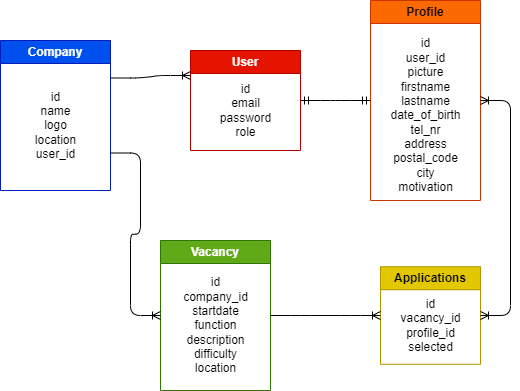
TizianoVotano/educom-symfony keeps this draw.io diagram as documents/design/VAC-ERD-Uitgewerkt-gegevensmodel-TV-v1.drawio.png. Above is the earlier version. Source tidied: cells renumbered, new cells last; positions are measured from the earlier drawing's top-left corner, leaving out a move shared by most shapes.
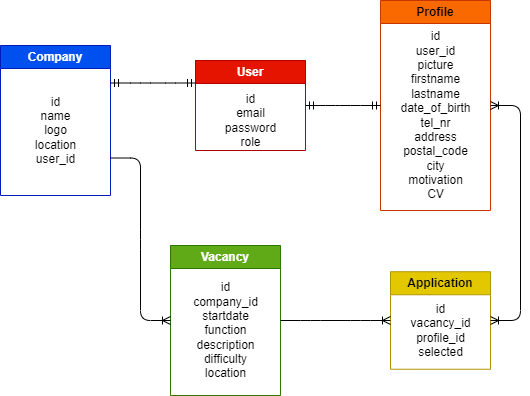
The same file after the commit.

Commit message:
changed company-user relation to One-to-One

What changed in the source:
```diff
@@ -1,50 +1,50 @@
-<mxGraphModel>
+<mxGraphModel background="#ffffff">
   <root>
     <mxCell id="0" />
     <mxCell id="1" parent="0" />
     <mxCell id="2" value="Vacancy" style="swimlane;whiteSpace=wrap;html=1;fillColor=#60a917;fontColor=#ffffff;strokeColor=#2D7600;" parent="1" vertex="1">
       <mxGeometry x="160" y="240" width="110" height="150" as="geometry" />
     </mxCell>
-    <mxCell id="3" value="&lt;div&gt;id&lt;/div&gt;&lt;div&gt;company_id&lt;br&gt;&lt;/div&gt;&lt;div&gt;startdate&lt;/div&gt;&lt;div&gt;function&lt;/div&gt;&lt;div&gt;description&lt;/div&gt;&lt;div&gt;difficulty&lt;/div&gt;&lt;div&gt;location&lt;/div&gt;" style="text;html=1;align=center;verticalAlign=middle;strokeColor=none;fillColor=none;" parent="2" vertex="1">
+    <mxCell id="3" value="&lt;div&gt;id&lt;/div&gt;&lt;div&gt;company_id&lt;br&gt;&lt;/div&gt;&lt;div&gt;startdate&lt;/div&gt;&lt;div&gt;function&lt;/div&gt;&lt;div&gt;description&lt;/div&gt;&lt;div&gt;difficulty&lt;/div&gt;&lt;div&gt;location&lt;/div&gt;" style="text;html=1;align=center;verticalAlign=middle;strokeColor=none;fillColor=none;fontColor=#000000;" parent="2" vertex="1">
       <mxGeometry x="10" y="30" width="90" height="110" as="geometry" />
     </mxCell>
     <mxCell id="4" value="Company" style="swimlane;whiteSpace=wrap;html=1;startSize=23;fillColor=#0050ef;fontColor=#ffffff;strokeColor=#001DBC;" parent="1" vertex="1">
-      <mxGeometry y="40" width="110" height="150" as="geometry" />
+      <mxGeometry x="-10" y="40" width="110" height="150" as="geometry" />
     </mxCell>
-    <mxCell id="5" value="&lt;div&gt;id&lt;/div&gt;&lt;div&gt;name&lt;/div&gt;&lt;div&gt;logo&lt;/div&gt;&lt;div&gt;location&lt;/div&gt;&lt;div&gt;user_id&lt;/div&gt;" style="text;html=1;align=center;verticalAlign=middle;strokeColor=none;fillColor=none;" parent="4" vertex="1">
+    <mxCell id="5" value="&lt;div&gt;id&lt;/div&gt;&lt;div&gt;name&lt;/div&gt;&lt;div&gt;logo&lt;/div&gt;&lt;div&gt;location&lt;/div&gt;&lt;div&gt;user_id&lt;/div&gt;" style="text;html=1;align=center;verticalAlign=middle;strokeColor=none;fillColor=none;fontColor=#000000;" parent="4" vertex="1">
       <mxGeometry x="25" y="40" width="60" height="90" as="geometry" />
     </mxCell>
     <mxCell id="6" value="Profile" style="swimlane;whiteSpace=wrap;html=1;fillColor=#fa6800;strokeColor=#C73500;fontColor=#000000;" parent="1" vertex="1">
-      <mxGeometry x="370" width="110" height="200" as="geometry" />
+      <mxGeometry x="370" y="-5" width="110" height="210" as="geometry" />
     </mxCell>
-    <mxCell id="7" value="&lt;div&gt;id&lt;/div&gt;&lt;div&gt;user_id&lt;/div&gt;&lt;div&gt;picture&lt;/div&gt;&lt;div&gt;firstname&lt;/div&gt;&lt;div&gt;lastname&lt;/div&gt;&lt;div&gt;date_of_birth&lt;/div&gt;&lt;div&gt;tel_nr&lt;/div&gt;&lt;div&gt;address&lt;/div&gt;&lt;div&gt;postal_code&lt;/div&gt;&lt;div&gt;city&lt;/div&gt;&lt;div&gt;motivation&lt;/div&gt;" style="text;html=1;align=center;verticalAlign=middle;strokeColor=none;fillColor=none;" parent="6" vertex="1">
-      <mxGeometry x="10" y="30" width="90" height="170" as="geometry" />
+    <mxCell id="7" value="&lt;div&gt;id&lt;/div&gt;&lt;div&gt;user_id&lt;/div&gt;&lt;div&gt;picture&lt;/div&gt;&lt;div&gt;firstname&lt;/div&gt;&lt;div&gt;lastname&lt;/div&gt;&lt;div&gt;date_of_birth&lt;/div&gt;&lt;div&gt;tel_nr&lt;/div&gt;&lt;div&gt;address&lt;/div&gt;&lt;div&gt;postal_code&lt;/div&gt;&lt;div&gt;city&lt;/div&gt;&lt;div&gt;motivation&lt;/div&gt;&lt;div&gt;CV&lt;/div&gt;" style="text;html=1;align=center;verticalAlign=middle;strokeColor=none;fillColor=none;fontColor=#000000;" parent="6" vertex="1">
+      <mxGeometry x="10" y="20" width="90" height="190" as="geometry" />
     </mxCell>
     <mxCell id="8" value="User" style="swimlane;whiteSpace=wrap;html=1;fillColor=#e51400;fontColor=#ffffff;strokeColor=#B20000;" parent="1" vertex="1">
-      <mxGeometry x="190" y="50" width="110" height="100" as="geometry" />
+      <mxGeometry x="185" y="55" width="110" height="90" as="geometry" />
     </mxCell>
-    <mxCell id="9" value="&lt;div&gt;id&lt;/div&gt;&lt;div&gt;email&lt;/div&gt;&lt;div&gt;password&lt;/div&gt;&lt;div&gt;role&lt;/div&gt;" style="text;html=1;align=center;verticalAlign=middle;strokeColor=none;fillColor=none;" parent="8" vertex="1">
+    <mxCell id="9" value="&lt;div&gt;id&lt;/div&gt;&lt;div&gt;email&lt;/div&gt;&lt;div&gt;password&lt;/div&gt;&lt;div&gt;role&lt;/div&gt;" style="text;html=1;align=center;verticalAlign=middle;strokeColor=none;fillColor=none;fontColor=#000000;" parent="8" vertex="1">
       <mxGeometry x="20" y="25" width="70" height="70" as="geometry" />
     </mxCell>
-    <mxCell id="10" value="Applications" style="swimlane;whiteSpace=wrap;html=1;fillColor=#e3c800;fontColor=#000000;strokeColor=#B09500;" parent="1" vertex="1">
+    <mxCell id="10" value="Application" style="swimlane;whiteSpace=wrap;html=1;fillColor=#e3c800;fontColor=#000000;strokeColor=#B09500;" parent="1" vertex="1">
       <mxGeometry x="380" y="266.2" width="100" height="97.5" as="geometry" />
     </mxCell>
-    <mxCell id="11" value="&lt;div&gt;id&lt;/div&gt;&lt;div&gt;vacancy_id&lt;/div&gt;&lt;div&gt;profile_id&lt;/div&gt;&lt;div&gt;selected&lt;/div&gt;" style="text;html=1;align=center;verticalAlign=middle;strokeColor=none;fillColor=none;" parent="10" vertex="1">
+    <mxCell id="11" value="&lt;div&gt;id&lt;/div&gt;&lt;div&gt;vacancy_id&lt;/div&gt;&lt;div&gt;profile_id&lt;/div&gt;&lt;div&gt;selected&lt;/div&gt;" style="text;html=1;align=center;verticalAlign=middle;strokeColor=none;fillColor=none;fontColor=#000000;" parent="10" vertex="1">
       <mxGeometry x="10" y="23.8" width="80" height="70" as="geometry" />
     </mxCell>
-    <mxCell id="12" style="edgeStyle=entityRelationEdgeStyle;fontSize=12;html=1;endArrow=ERoneToMany;exitX=1;exitY=0.75;exitDx=0;exitDy=0;entryX=0;entryY=0.5;entryDx=0;entryDy=0;" parent="1" edge="1" source="4" target="2">
+    <mxCell id="12" style="edgeStyle=entityRelationEdgeStyle;fontSize=12;html=1;endArrow=ERoneToMany;exitX=1;exitY=0.75;exitDx=0;exitDy=0;entryX=0;entryY=0.5;entryDx=0;entryDy=0;strokeColor=#000000;" parent="1" edge="1" source="4" target="2">
       <mxGeometry relative="1" as="geometry" />
     </mxCell>
-    <mxCell id="13" style="edgeStyle=entityRelationEdgeStyle;fontSize=12;html=1;endArrow=ERoneToMany;entryX=0;entryY=0.5;entryDx=0;entryDy=0;exitX=1;exitY=0.5;exitDx=0;exitDy=0;" parent="1" edge="1" source="2" target="10">
+    <mxCell id="13" style="edgeStyle=entityRelationEdgeStyle;fontSize=12;html=1;endArrow=ERoneToMany;entryX=0;entryY=0.5;entryDx=0;entryDy=0;exitX=1;exitY=0.5;exitDx=0;exitDy=0;strokeColor=#000000;" parent="1" edge="1" source="2" target="10">
       <mxGeometry relative="1" as="geometry" />
     </mxCell>
-    <mxCell id="14" style="edgeStyle=entityRelationEdgeStyle;fontSize=12;html=1;endArrow=ERmandOne;startArrow=ERmandOne;strokeColor=default;exitX=0;exitY=0.5;exitDx=0;exitDy=0;entryX=1;entryY=0.5;entryDx=0;entryDy=0;" parent="1" edge="1" source="6" target="8">
+    <mxCell id="14" style="edgeStyle=entityRelationEdgeStyle;fontSize=12;html=1;endArrow=ERmandOne;startArrow=ERmandOne;strokeColor=#000000;exitX=0;exitY=0.5;exitDx=0;exitDy=0;entryX=1;entryY=0.5;entryDx=0;entryDy=0;" parent="1" edge="1" source="6" target="8">
       <mxGeometry relative="1" as="geometry" />
     </mxCell>
-    <mxCell id="15" style="edgeStyle=entityRelationEdgeStyle;fontSize=12;html=1;endArrow=ERoneToMany;startArrow=ERoneToMany;strokeColor=default;exitX=1;exitY=0.5;exitDx=0;exitDy=0;entryX=1;entryY=0.5;entryDx=0;entryDy=0;" parent="1" edge="1" source="10" target="6">
+    <mxCell id="15" style="edgeStyle=entityRelationEdgeStyle;fontSize=12;html=1;endArrow=ERoneToMany;startArrow=ERoneToMany;strokeColor=#000000;exitX=1;exitY=0.5;exitDx=0;exitDy=0;entryX=1;entryY=0.5;entryDx=0;entryDy=0;" parent="1" edge="1" source="10" target="6">
       <mxGeometry relative="1" as="geometry" />
     </mxCell>
-    <mxCell id="16" style="edgeStyle=entityRelationEdgeStyle;fontSize=12;html=1;endArrow=ERoneToMany;exitX=1;exitY=0.25;exitDx=0;exitDy=0;entryX=0;entryY=0.25;entryDx=0;entryDy=0;" parent="1" edge="1" source="4" target="8">
+    <mxCell id="16" style="edgeStyle=entityRelationEdgeStyle;fontSize=12;html=1;endArrow=ERmandOne;startArrow=ERmandOne;strokeColor=#000000;exitX=1;exitY=0.25;exitDx=0;exitDy=0;entryX=0;entryY=0.25;entryDx=0;entryDy=0;" parent="1" edge="1" source="4" target="8">
       <mxGeometry relative="1" as="geometry" />
     </mxCell>
   </root>
```
